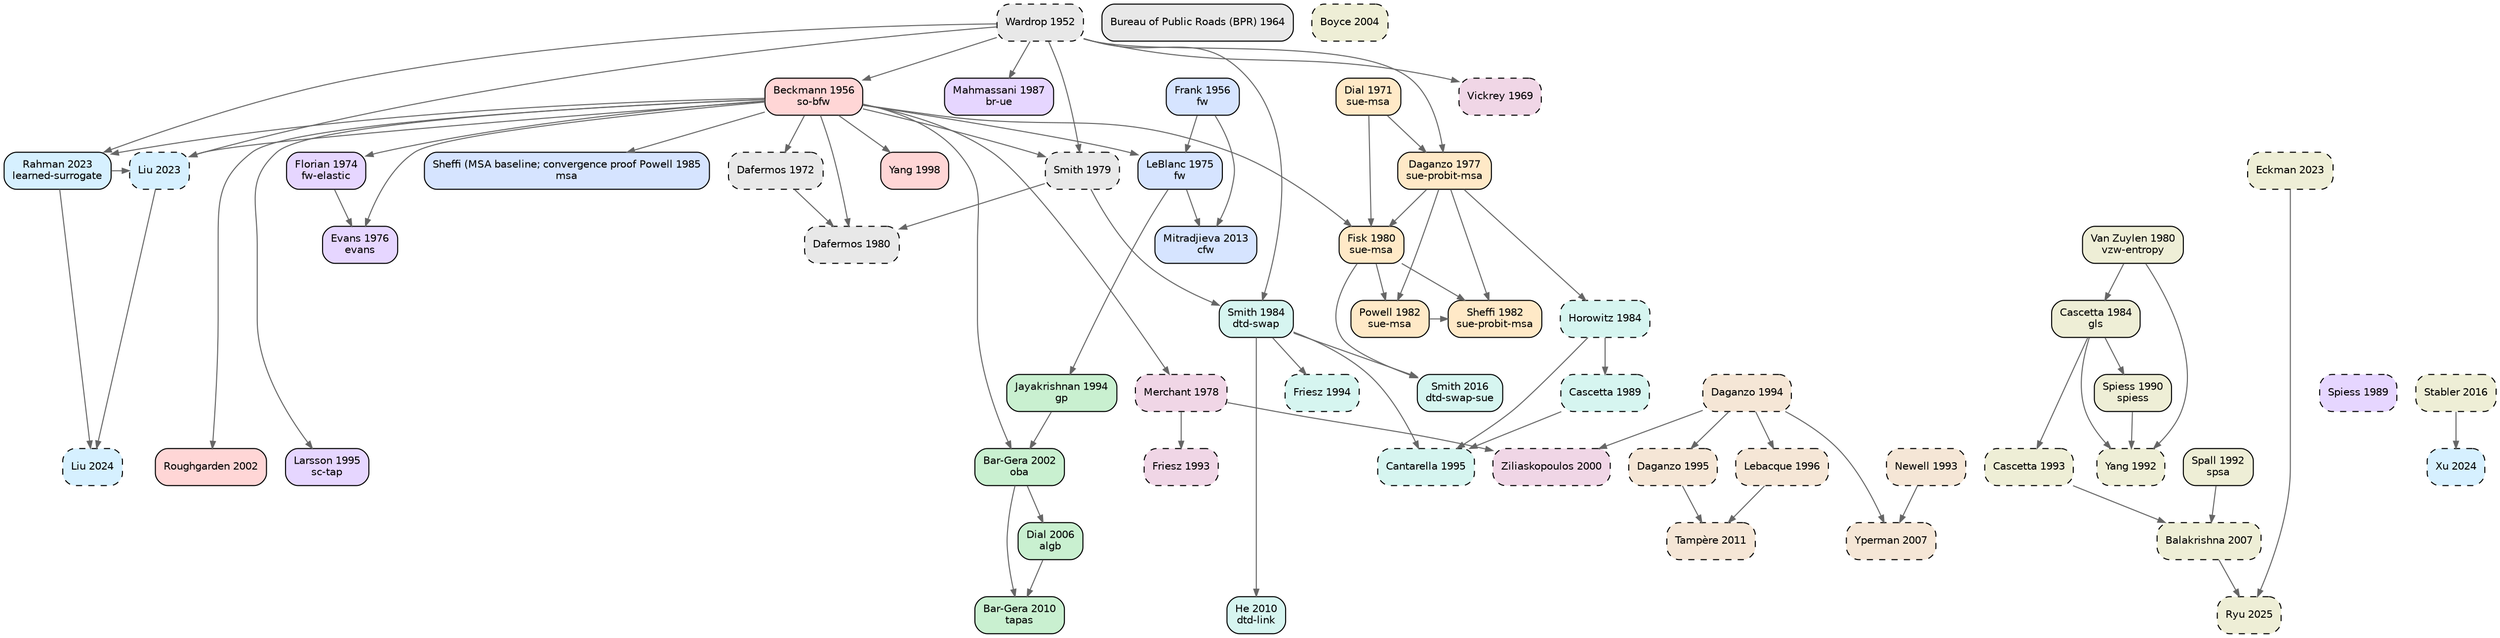
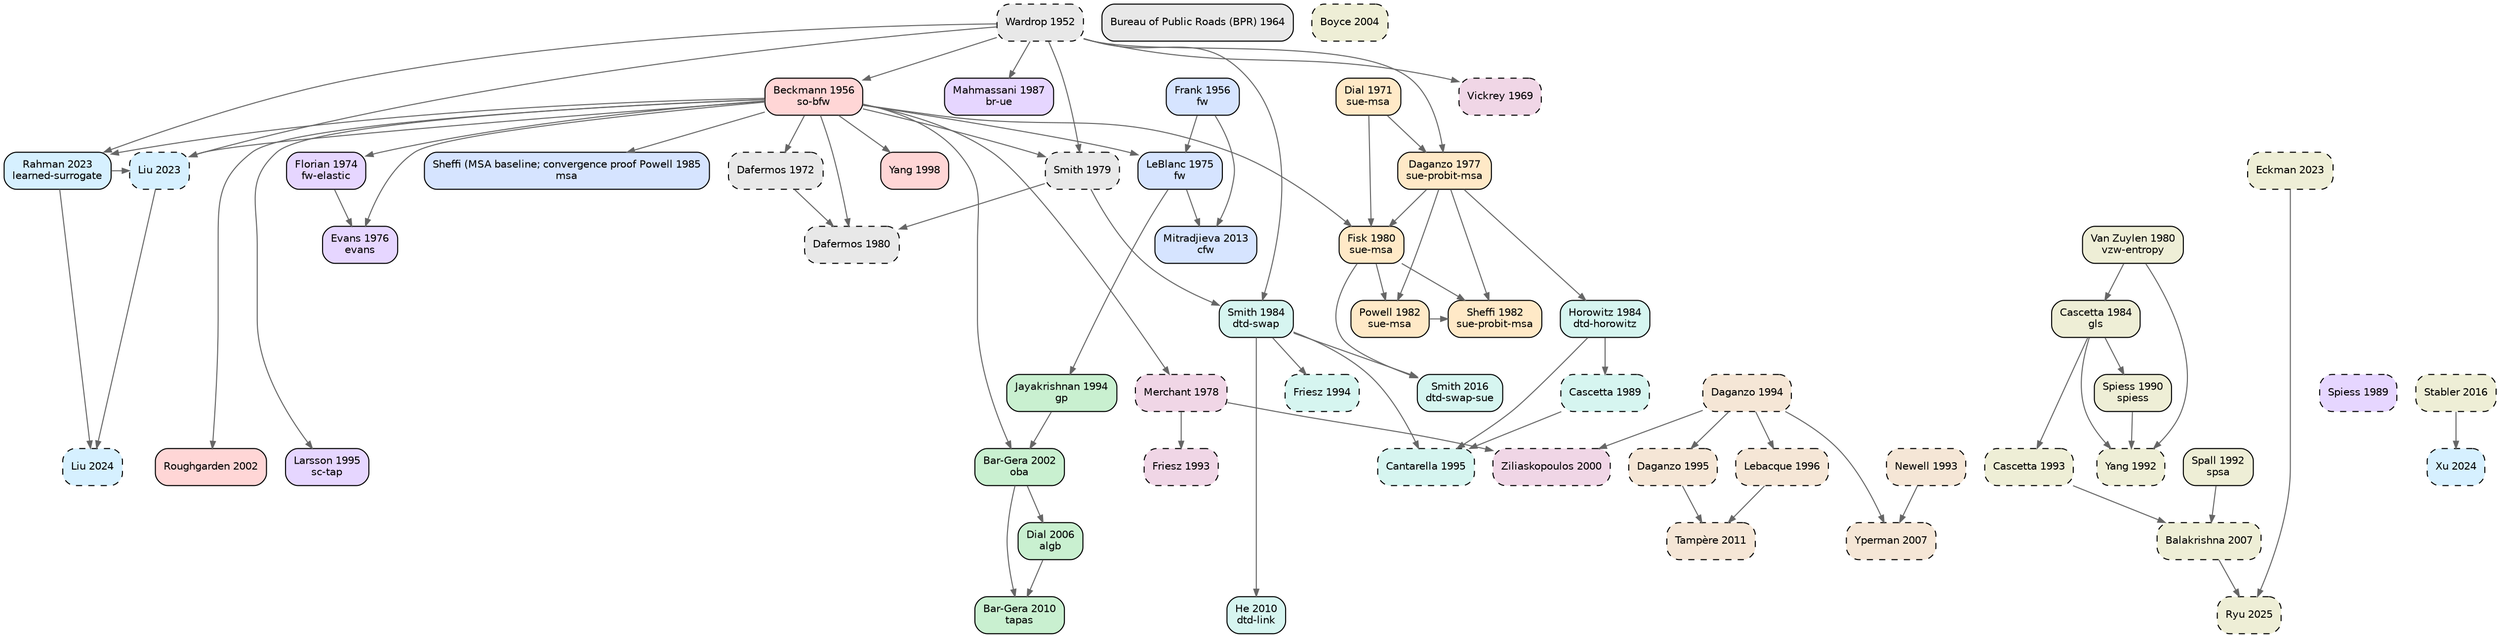
digraph TA_evolution {
  rankdir=TB; node [shape=box,style="rounded,filled",fontname="Helvetica",fontsize=10];
  edge [color="#666666",arrowsize=0.7];
  { rank=same; "wardrop1952some" }
  { rank=same; "frank1956algorithm" "beckmann1956studies" }
  { rank=same; "bpr1964traffic" }
  { rank=same; "vickrey1969congestion" }
  { rank=same; "dial1971probabilistic" }
  { rank=same; "dafermos1972traffic" }
  { rank=same; "florian1974method" }
  { rank=same; "leblanc1975efficient" }
  { rank=same; "evans1976derivation" }
  { rank=same; "daganzo1977stochastic" }
  { rank=same; "merchant1978model" }
  { rank=same; "smith1979existence" }
  { rank=same; "dafermos1980traffic" "fisk1980some" "vanzuylen1980most" }
  { rank=same; "powell1982convergence" "sheffi1982algorithm" }
  { rank=same; "horowitz1984stability" "smith1984stability" "cascetta1984estimation" }
  { rank=same; "sheffi1985urban" }
  { rank=same; "mahmassani1987on" }
  { rank=same; "spiess1989optimal" "cascetta1989stochastic" }
  { rank=same; "spiess1990gradient" }
  { rank=same; "spall1992multivariate" "yang1992estimation" }
  { rank=same; "newell1993simplified" "friesz1993variational" "cascetta1993dynamic" }
  { rank=same; "jayakrishnan1994faster" "friesz1994daytoday" "daganzo1994cell" }
  { rank=same; "larsson1995augmented" "cantarella1995dynamic" "daganzo1995cell" }
  { rank=same; "lebacque1996godunov" }
  { rank=same; "yang1998principle" }
  { rank=same; "ziliaskopoulos2000linear" }
  { rank=same; "bargera2002origin" "roughgarden2002how" }
  { rank=same; "boyce2004convergence" }
  { rank=same; "dial2006path" }
  { rank=same; "yperman2007link" "balakrishna2007offline" }
  { rank=same; "bargera2010traffic" "he2010linkbased" }
  { rank=same; "tampere2011generic" }
  { rank=same; "mitradjieva2013stiff" }
  { rank=same; "smith2016routeswapping" "stabler2016transportation" }
  { rank=same; "liu2023end" "rahman2023data" "eckman2023simopt" }
  { rank=same; "liu2024end" "xu2024unified" }
  { rank=same; "ryu2025bo4mob" }
  "wardrop1952some" [label="Wardrop 1952\n",fillcolor="#e8e8e8",style="rounded,filled,dashed"];
  "bpr1964traffic" [label="Bureau of Public Roads (BPR) 1964\n",fillcolor="#e8e8e8",style="rounded,filled"];
  "dafermos1972traffic" [label="Dafermos 1972\n",fillcolor="#e8e8e8",style="rounded,filled,dashed"];
  "smith1979existence" [label="Smith 1979\n",fillcolor="#e8e8e8",style="rounded,filled,dashed"];
  "dafermos1980traffic" [label="Dafermos 1980\n",fillcolor="#e8e8e8",style="rounded,filled,dashed"];
  "frank1956algorithm" [label="Frank 1956\nfw",fillcolor="#d6e4ff",style="rounded,filled"];
  "leblanc1975efficient" [label="LeBlanc 1975\nfw",fillcolor="#d6e4ff",style="rounded,filled"];
  "sheffi1985urban" [label="Sheffi (MSA baseline; convergence proof Powell 1985\nmsa",fillcolor="#d6e4ff",style="rounded,filled"];
  "mitradjieva2013stiff" [label="Mitradjieva 2013\ncfw",fillcolor="#d6e4ff",style="rounded,filled"];
  "jayakrishnan1994faster" [label="Jayakrishnan 1994\ngp",fillcolor="#c9f0d0",style="rounded,filled"];
  "bargera2002origin" [label="Bar-Gera 2002\noba",fillcolor="#c9f0d0",style="rounded,filled"];
  "dial2006path" [label="Dial 2006\nalgb",fillcolor="#c9f0d0",style="rounded,filled"];
  "bargera2010traffic" [label="Bar-Gera 2010\ntapas",fillcolor="#c9f0d0",style="rounded,filled"];
  "dial1971probabilistic" [label="Dial 1971\nsue-msa",fillcolor="#ffe9c7",style="rounded,filled"];
  "daganzo1977stochastic" [label="Daganzo 1977\nsue-probit-msa",fillcolor="#ffe9c7",style="rounded,filled"];
  "fisk1980some" [label="Fisk 1980\nsue-msa",fillcolor="#ffe9c7",style="rounded,filled"];
  "powell1982convergence" [label="Powell 1982\nsue-msa",fillcolor="#ffe9c7",style="rounded,filled"];
  "sheffi1982algorithm" [label="Sheffi 1982\nsue-probit-msa",fillcolor="#ffe9c7",style="rounded,filled"];
  "beckmann1956studies" [label="Beckmann 1956\nso-bfw",fillcolor="#ffd6d6",style="rounded,filled"];
  "yang1998principle" [label="Yang 1998\n",fillcolor="#ffd6d6",style="rounded,filled"];
  "roughgarden2002how" [label="Roughgarden 2002\n",fillcolor="#ffd6d6",style="rounded,filled"];
  "florian1974method" [label="Florian 1974\nfw-elastic",fillcolor="#e6d6ff",style="rounded,filled"];
  "evans1976derivation" [label="Evans 1976\nevans",fillcolor="#e6d6ff",style="rounded,filled"];
  "mahmassani1987on" [label="Mahmassani 1987\nbr-ue",fillcolor="#e6d6ff",style="rounded,filled"];
  "spiess1989optimal" [label="Spiess 1989\n",fillcolor="#e6d6ff",style="rounded,filled,dashed"];
  "larsson1995augmented" [label="Larsson 1995\nsc-tap",fillcolor="#e6d6ff",style="rounded,filled"];
-   "horowitz1984stability" [label="Horowitz 1984\n",fillcolor="#d6f5f0",style="rounded,filled,dashed"];
+   "horowitz1984stability" [label="Horowitz 1984\ndtd-horowitz",fillcolor="#d6f5f0",style="rounded,filled"];
  "smith1984stability" [label="Smith 1984\ndtd-swap",fillcolor="#d6f5f0",style="rounded,filled"];
  "cascetta1989stochastic" [label="Cascetta 1989\n",fillcolor="#d6f5f0",style="rounded,filled,dashed"];
  "friesz1994daytoday" [label="Friesz 1994\n",fillcolor="#d6f5f0",style="rounded,filled,dashed"];
  "cantarella1995dynamic" [label="Cantarella 1995\n",fillcolor="#d6f5f0",style="rounded,filled,dashed"];
  "he2010linkbased" [label="He 2010\ndtd-link",fillcolor="#d6f5f0",style="rounded,filled"];
  "smith2016routeswapping" [label="Smith 2016\ndtd-swap-sue",fillcolor="#d6f5f0",style="rounded,filled"];
  "newell1993simplified" [label="Newell 1993\n",fillcolor="#f5e6d6",style="rounded,filled,dashed"];
  "daganzo1994cell" [label="Daganzo 1994\n",fillcolor="#f5e6d6",style="rounded,filled,dashed"];
  "daganzo1995cell" [label="Daganzo 1995\n",fillcolor="#f5e6d6",style="rounded,filled,dashed"];
  "lebacque1996godunov" [label="Lebacque 1996\n",fillcolor="#f5e6d6",style="rounded,filled,dashed"];
  "yperman2007link" [label="Yperman 2007\n",fillcolor="#f5e6d6",style="rounded,filled,dashed"];
  "tampere2011generic" [label="Tampère 2011\n",fillcolor="#f5e6d6",style="rounded,filled,dashed"];
  "vickrey1969congestion" [label="Vickrey 1969\n",fillcolor="#f0d6e6",style="rounded,filled,dashed"];
  "merchant1978model" [label="Merchant 1978\n",fillcolor="#f0d6e6",style="rounded,filled,dashed"];
  "friesz1993variational" [label="Friesz 1993\n",fillcolor="#f0d6e6",style="rounded,filled,dashed"];
  "ziliaskopoulos2000linear" [label="Ziliaskopoulos 2000\n",fillcolor="#f0d6e6",style="rounded,filled,dashed"];
  "liu2023end" [label="Liu 2023\n",fillcolor="#d6f0ff",style="rounded,filled,dashed"];
  "rahman2023data" [label="Rahman 2023\nlearned-surrogate",fillcolor="#d6f0ff",style="rounded,filled"];
  "liu2024end" [label="Liu 2024\n",fillcolor="#d6f0ff",style="rounded,filled,dashed"];
  "xu2024unified" [label="Xu 2024\n",fillcolor="#d6f0ff",style="rounded,filled,dashed"];
  "vanzuylen1980most" [label="Van Zuylen 1980\nvzw-entropy",fillcolor="#eeeed6",style="rounded,filled"];
  "cascetta1984estimation" [label="Cascetta 1984\ngls",fillcolor="#eeeed6",style="rounded,filled"];
  "spiess1990gradient" [label="Spiess 1990\nspiess",fillcolor="#eeeed6",style="rounded,filled"];
  "spall1992multivariate" [label="Spall 1992\nspsa",fillcolor="#eeeed6",style="rounded,filled"];
  "yang1992estimation" [label="Yang 1992\n",fillcolor="#eeeed6",style="rounded,filled,dashed"];
  "cascetta1993dynamic" [label="Cascetta 1993\n",fillcolor="#eeeed6",style="rounded,filled,dashed"];
  "boyce2004convergence" [label="Boyce 2004\n",fillcolor="#eeeed6",style="rounded,filled,dashed"];
  "balakrishna2007offline" [label="Balakrishna 2007\n",fillcolor="#eeeed6",style="rounded,filled,dashed"];
  "stabler2016transportation" [label="Stabler 2016\n",fillcolor="#eeeed6",style="rounded,filled,dashed"];
  "eckman2023simopt" [label="Eckman 2023\n",fillcolor="#eeeed6",style="rounded,filled,dashed"];
  "ryu2025bo4mob" [label="Ryu 2025\n",fillcolor="#eeeed6",style="rounded,filled,dashed"];
  "beckmann1956studies" -> "dafermos1972traffic";
  "wardrop1952some" -> "smith1979existence";
  "beckmann1956studies" -> "smith1979existence";
  "smith1979existence" -> "dafermos1980traffic";
  "beckmann1956studies" -> "dafermos1980traffic";
  "dafermos1972traffic" -> "dafermos1980traffic";
  "frank1956algorithm" -> "leblanc1975efficient";
  "beckmann1956studies" -> "leblanc1975efficient";
  "beckmann1956studies" -> "sheffi1985urban";
  "leblanc1975efficient" -> "mitradjieva2013stiff";
  "frank1956algorithm" -> "mitradjieva2013stiff";
  "leblanc1975efficient" -> "jayakrishnan1994faster";
  "jayakrishnan1994faster" -> "bargera2002origin";
  "beckmann1956studies" -> "bargera2002origin";
  "bargera2002origin" -> "dial2006path";
  "dial2006path" -> "bargera2010traffic";
  "bargera2002origin" -> "bargera2010traffic";
  "dial1971probabilistic" -> "daganzo1977stochastic";
  "wardrop1952some" -> "daganzo1977stochastic";
  "daganzo1977stochastic" -> "fisk1980some";
  "dial1971probabilistic" -> "fisk1980some";
  "beckmann1956studies" -> "fisk1980some";
  "fisk1980some" -> "powell1982convergence";
  "daganzo1977stochastic" -> "powell1982convergence";
  "daganzo1977stochastic" -> "sheffi1982algorithm";
  "powell1982convergence" -> "sheffi1982algorithm";
  "fisk1980some" -> "sheffi1982algorithm";
  "wardrop1952some" -> "beckmann1956studies";
  "beckmann1956studies" -> "yang1998principle";
  "beckmann1956studies" -> "roughgarden2002how";
  "beckmann1956studies" -> "florian1974method";
  "beckmann1956studies" -> "evans1976derivation";
  "florian1974method" -> "evans1976derivation";
  "wardrop1952some" -> "mahmassani1987on";
  "beckmann1956studies" -> "larsson1995augmented";
  "daganzo1977stochastic" -> "horowitz1984stability";
  "smith1979existence" -> "smith1984stability";
  "wardrop1952some" -> "smith1984stability";
  "horowitz1984stability" -> "cascetta1989stochastic";
  "smith1984stability" -> "friesz1994daytoday";
  "cascetta1989stochastic" -> "cantarella1995dynamic";
  "smith1984stability" -> "cantarella1995dynamic";
  "horowitz1984stability" -> "cantarella1995dynamic";
  "smith1984stability" -> "he2010linkbased";
  "smith1984stability" -> "smith2016routeswapping";
  "fisk1980some" -> "smith2016routeswapping";
  "daganzo1994cell" -> "daganzo1995cell";
  "daganzo1994cell" -> "lebacque1996godunov";
  "newell1993simplified" -> "yperman2007link";
  "daganzo1994cell" -> "yperman2007link";
  "daganzo1995cell" -> "tampere2011generic";
  "lebacque1996godunov" -> "tampere2011generic";
  "wardrop1952some" -> "vickrey1969congestion";
  "beckmann1956studies" -> "merchant1978model";
  "merchant1978model" -> "friesz1993variational";
  "merchant1978model" -> "ziliaskopoulos2000linear";
  "daganzo1994cell" -> "ziliaskopoulos2000linear";
  "rahman2023data" -> "liu2023end";
  "beckmann1956studies" -> "liu2023end";
  "wardrop1952some" -> "liu2023end";
  "wardrop1952some" -> "rahman2023data";
  "beckmann1956studies" -> "rahman2023data";
  "rahman2023data" -> "liu2024end";
  "liu2023end" -> "liu2024end";
  "stabler2016transportation" -> "xu2024unified";
  "vanzuylen1980most" -> "cascetta1984estimation";
  "cascetta1984estimation" -> "spiess1990gradient";
  "cascetta1984estimation" -> "yang1992estimation";
  "spiess1990gradient" -> "yang1992estimation";
  "vanzuylen1980most" -> "yang1992estimation";
  "cascetta1984estimation" -> "cascetta1993dynamic";
  "spall1992multivariate" -> "balakrishna2007offline";
  "cascetta1993dynamic" -> "balakrishna2007offline";
  "eckman2023simopt" -> "ryu2025bo4mob";
  "balakrishna2007offline" -> "ryu2025bo4mob";
}
